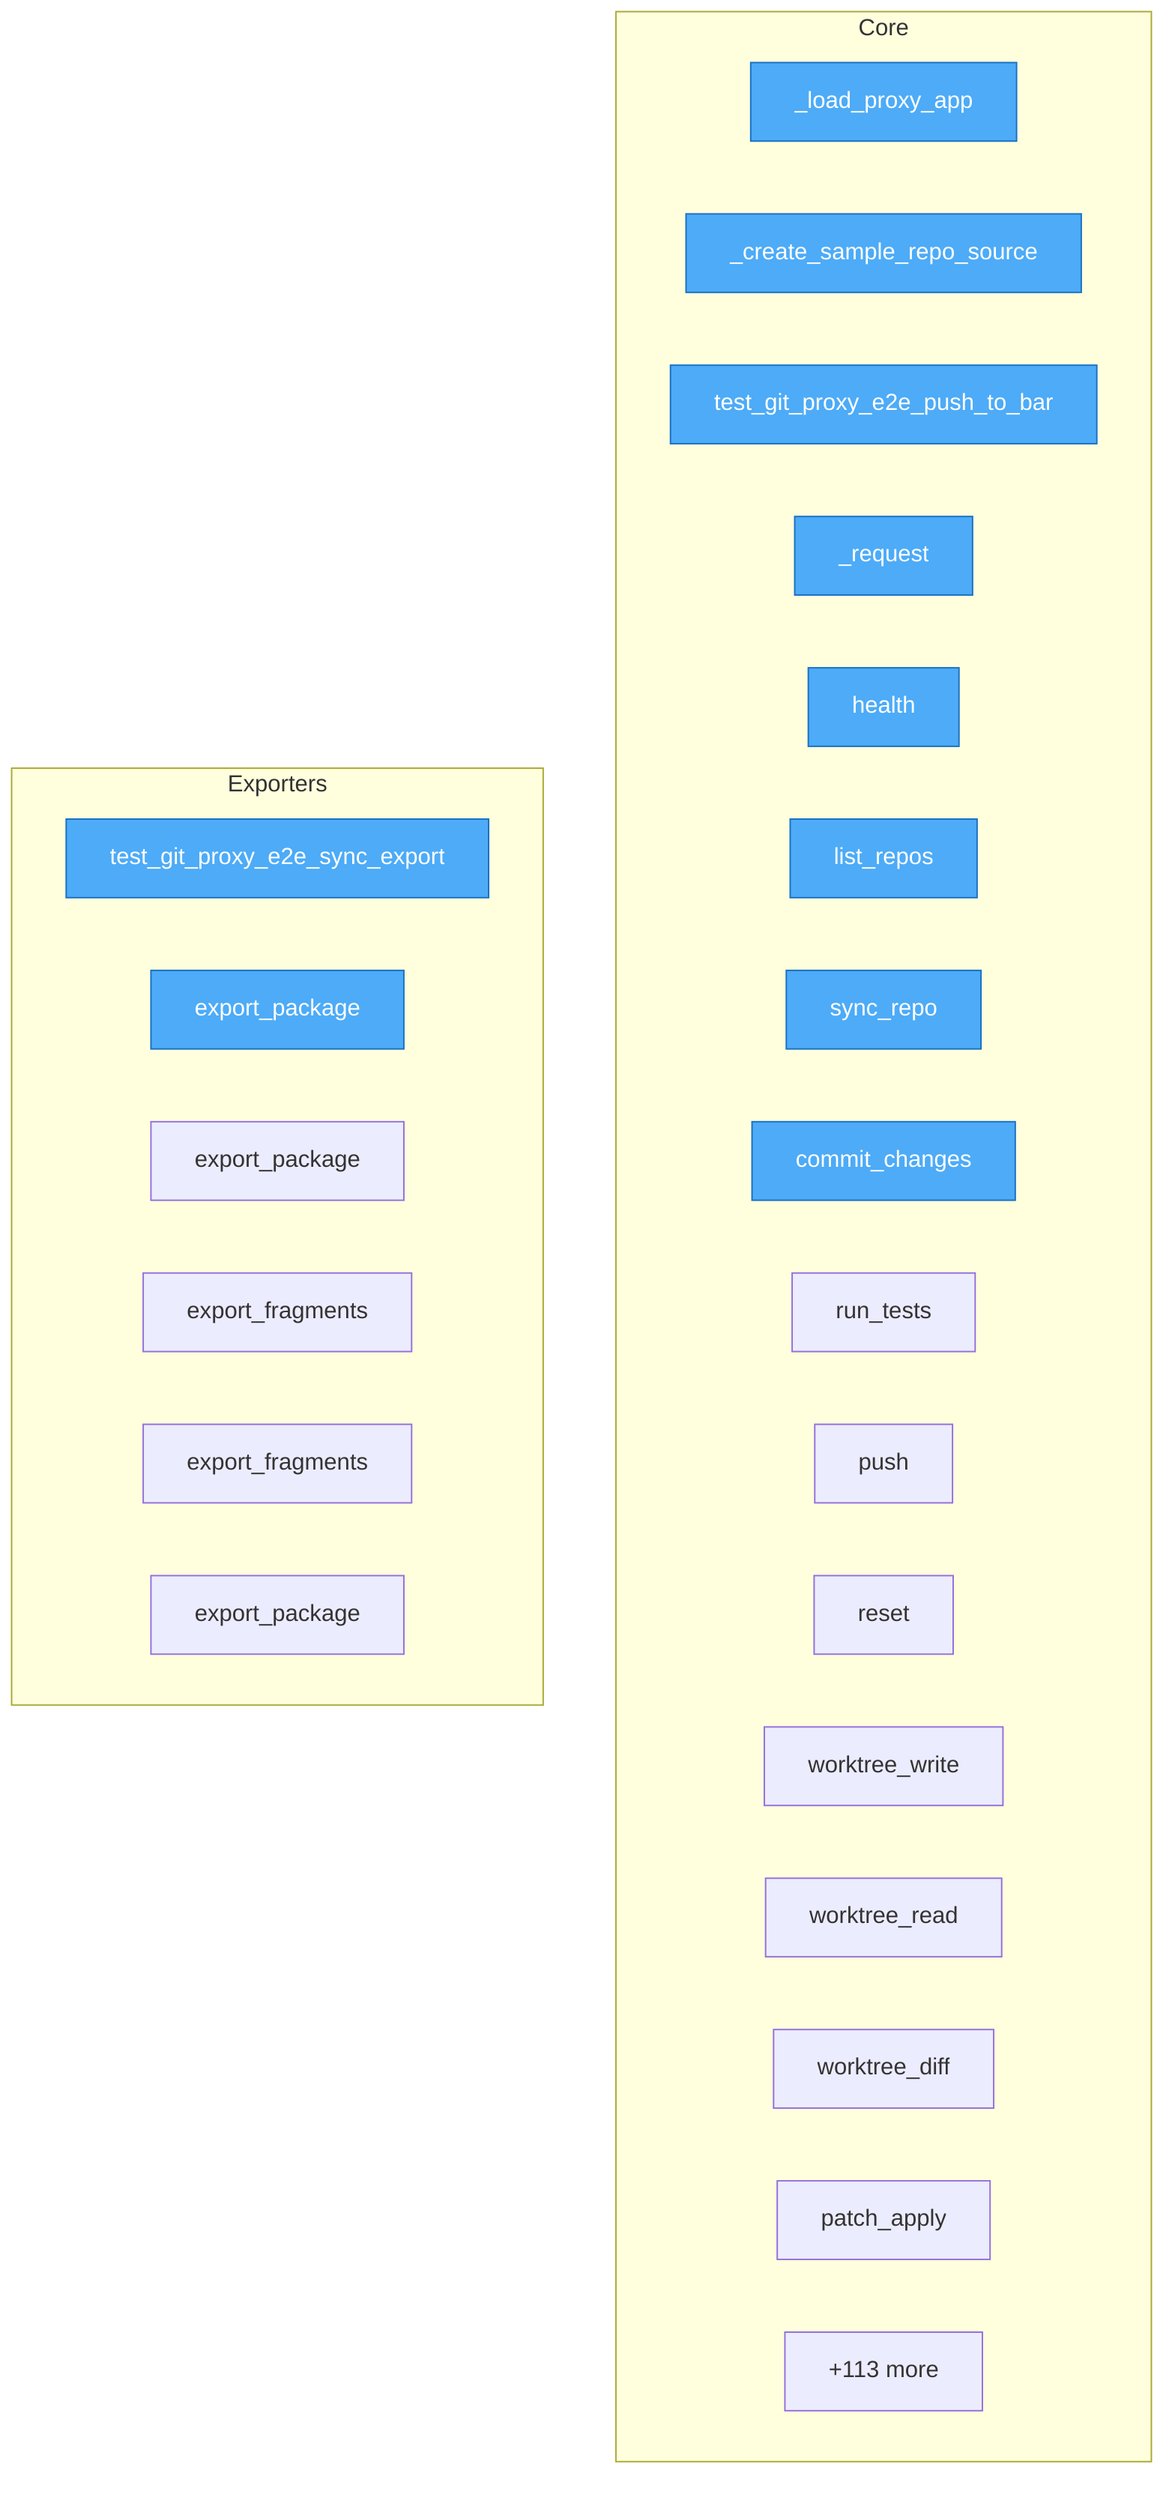
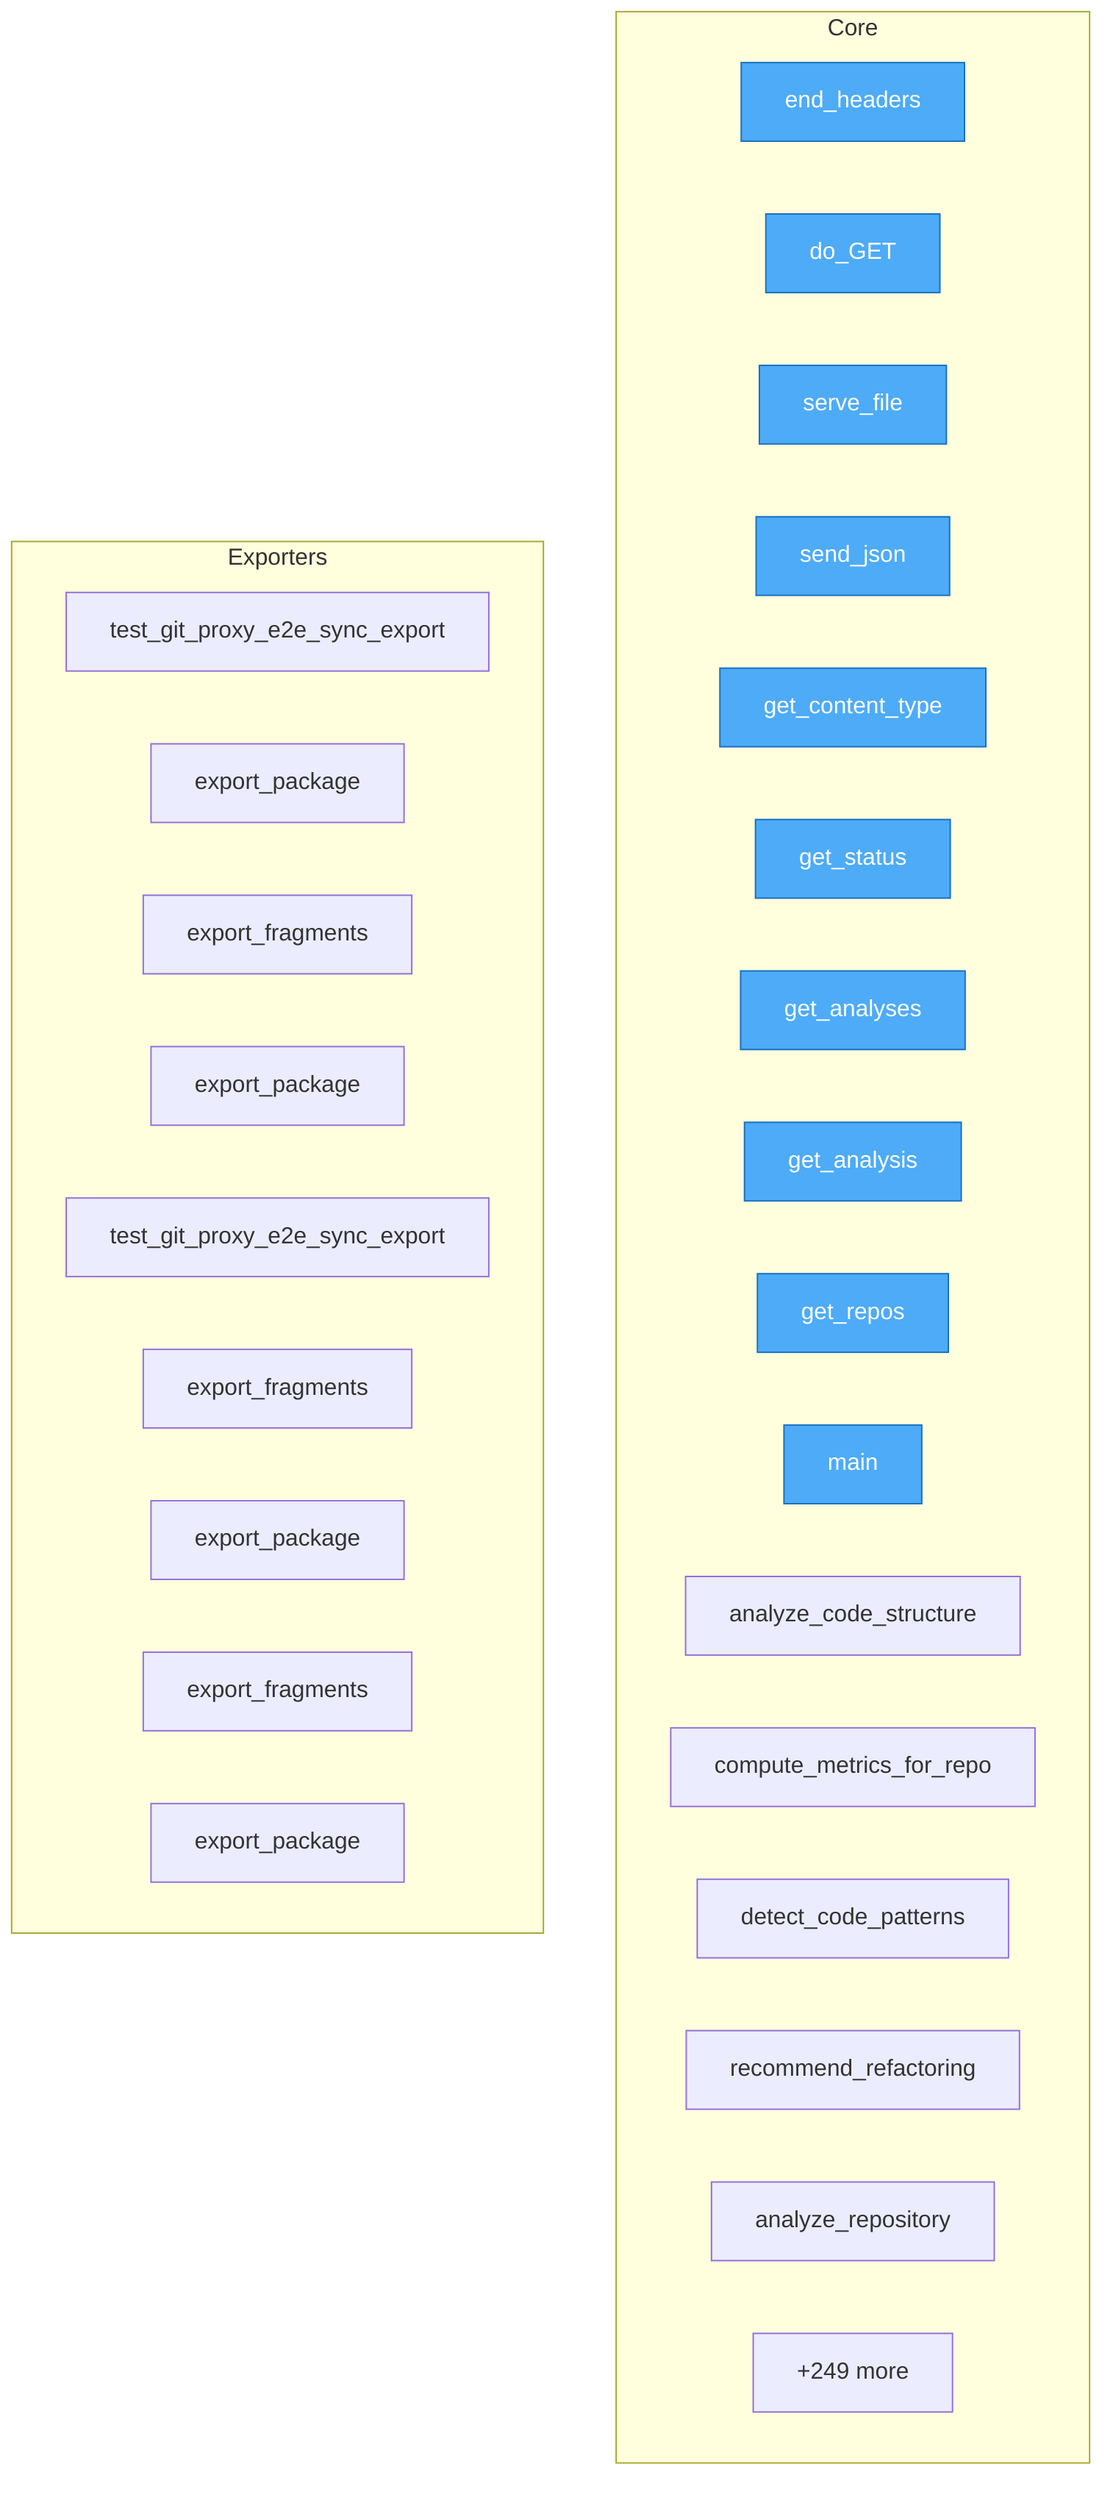
flowchart TD

    %% Entry points (blue)
    classDef entry fill:#4dabf7,stroke:#1971c2,color:#fff

    subgraph Core
-         git2mcp__project__map__toon___load_proxy_app["_load_proxy_app"]
-         git2mcp__project__map__toon___create_sample_repo_source["_create_sample_repo_source"]
-         git2mcp__project__map__toon__test_git_proxy_e2e_push_to_bare_remote["test_git_proxy_e2e_push_to_bar"]
-         git2mcp__git2mcp__client__Git2MCPClient___request["_request"]
-         git2mcp__git2mcp__client__Git2MCPClient__health["health"]
-         git2mcp__git2mcp__client__Git2MCPClient__list_repos["list_repos"]
-         git2mcp__git2mcp__client__Git2MCPClient__sync_repo["sync_repo"]
-         git2mcp__git2mcp__client__Git2MCPClient__commit_changes["commit_changes"]
-         git2mcp__git2mcp__client__Git2MCPClient__run_tests["run_tests"]
-         git2mcp__git2mcp__client__Git2MCPClient__push["push"]
-         git2mcp__git2mcp__client__Git2MCPClient__reset["reset"]
-         git2mcp__git2mcp__client__Git2MCPClient__worktree_write["worktree_write"]
-         git2mcp__git2mcp__client__Git2MCPClient__worktree_read["worktree_read"]
-         git2mcp__git2mcp__client__Git2MCPClient__worktree_diff["worktree_diff"]
-         git2mcp__git2mcp__client__Git2MCPClient__patch_apply["patch_apply"]
-         ...["+113 more"]
+         dashboard__server__DashboardHandler__end_headers["end_headers"]
+         dashboard__server__DashboardHandler__do_GET["do_GET"]
+         dashboard__server__DashboardHandler__serve_file["serve_file"]
+         dashboard__server__DashboardHandler__send_json["send_json"]
+         dashboard__server__DashboardHandler__get_content_type["get_content_type"]
+         dashboard__server__DashboardHandler__get_status["get_status"]
+         dashboard__server__DashboardHandler__get_analyses["get_analyses"]
+         dashboard__server__DashboardHandler__get_analysis["get_analysis"]
+         dashboard__server__DashboardHandler__get_repos["get_repos"]
+         dashboard__server__main["main"]
+         llm_agent__agent_standalone__LocalCodeAnalyzer__analyze_code_structure["analyze_code_structure"]
+         llm_agent__agent_standalone__LocalCodeAnalyzer__compute_metrics_for_repo["compute_metrics_for_repo"]
+         llm_agent__agent_standalone__LocalCodeAnalyzer__detect_code_patterns["detect_code_patterns"]
+         llm_agent__agent_standalone__LocalCodeAnalyzer__recommend_refactoring["recommend_refactoring"]
+         llm_agent__agent_standalone__RefactoringAgent__analyze_repository["analyze_repository"]
+         ...["+249 more"]
    end

    subgraph Exporters
        git2mcp__project__map__toon__test_git_proxy_e2e_sync_export_commit_and_tests["test_git_proxy_e2e_sync_export"]
-         git2mcp__git2mcp__client__Git2MCPClient__export_package["export_package"]
        git2mcp__git2mcp__proxy__GitProxyManager__export_package["export_package"]
        git2mcp__git2mcp__proxy__GitProxyManager__export_fragments["export_fragments"]
+         git2mcp__git2mcp__client__Git2MCPClient__export_package["export_package"]
+         project__map__toon__test_git_proxy_e2e_sync_export_commit_and_tests["test_git_proxy_e2e_sync_export"]
+         project__map__toon__export_fragments["export_fragments"]
+         project__map__toon__export_package["export_package"]
        mcp_git_proxy__server__export_fragments["export_fragments"]
        mcp_git_proxy__server__export_package["export_package"]
    end

-     class git2mcp__project__map__toon___load_proxy_app,git2mcp__project__map__toon___create_sample_repo_source,git2mcp__project__map__toon__test_git_proxy_e2e_sync_export_commit_and_tests,git2mcp__project__map__toon__test_git_proxy_e2e_push_to_bare_remote,git2mcp__git2mcp__client__Git2MCPClient___request,git2mcp__git2mcp__client__Git2MCPClient__health,git2mcp__git2mcp__client__Git2MCPClient__list_repos,git2mcp__git2mcp__client__Git2MCPClient__sync_repo,git2mcp__git2mcp__client__Git2MCPClient__export_package,git2mcp__git2mcp__client__Git2MCPClient__commit_changes entry
+     class dashboard__server__DashboardHandler__end_headers,dashboard__server__DashboardHandler__do_GET,dashboard__server__DashboardHandler__serve_file,dashboard__server__DashboardHandler__send_json,dashboard__server__DashboardHandler__get_content_type,dashboard__server__DashboardHandler__get_status,dashboard__server__DashboardHandler__get_analyses,dashboard__server__DashboardHandler__get_analysis,dashboard__server__DashboardHandler__get_repos,dashboard__server__main entry
